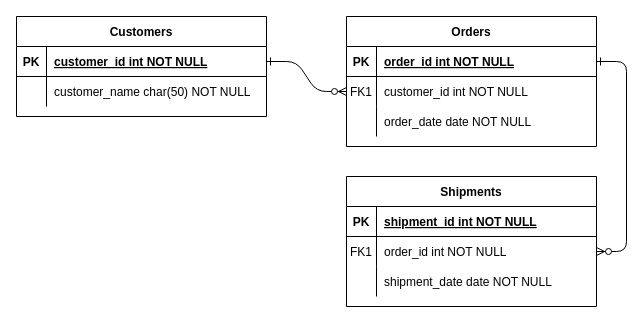
The draw.io diagram Diagrama sin título.drawio in klichorf/C-, before the edit. Source tidied: cells renumbered, new cells numbered last; positions are measured from the earlier drawing's top-left corner, leaving out a move shared by most shapes. Both pictures are drawn from the tidied source at 100%, with x=0, y=0 at pixel (16, 16).
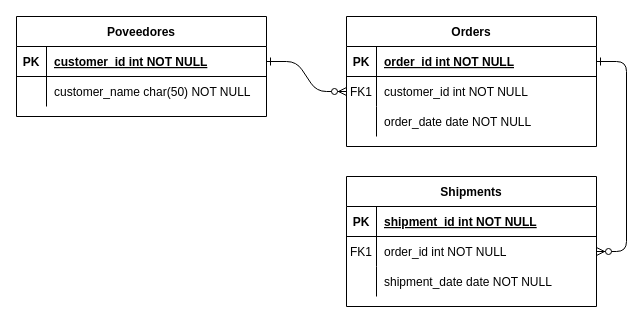
The same diagram, later.

Commit message:
Actualizar Diagrama

Diff of the diagram source:
```diff
@@
-    <mxCell id="24" value="Customers" style="shape=table;startSize=30;childLayout=tableLayout;rowLines=0;fontStyle=1;align=center;" parent="1" vertex="1">
+    <mxCell id="24" value="Poveedores" style="shape=table;startSize=30;childLayout=tableLayout;rowLines=0;fontStyle=1;align=center;" parent="1" vertex="1">
       <mxGeometry width="250" height="100" as="geometry" />
     </mxCell>
```
